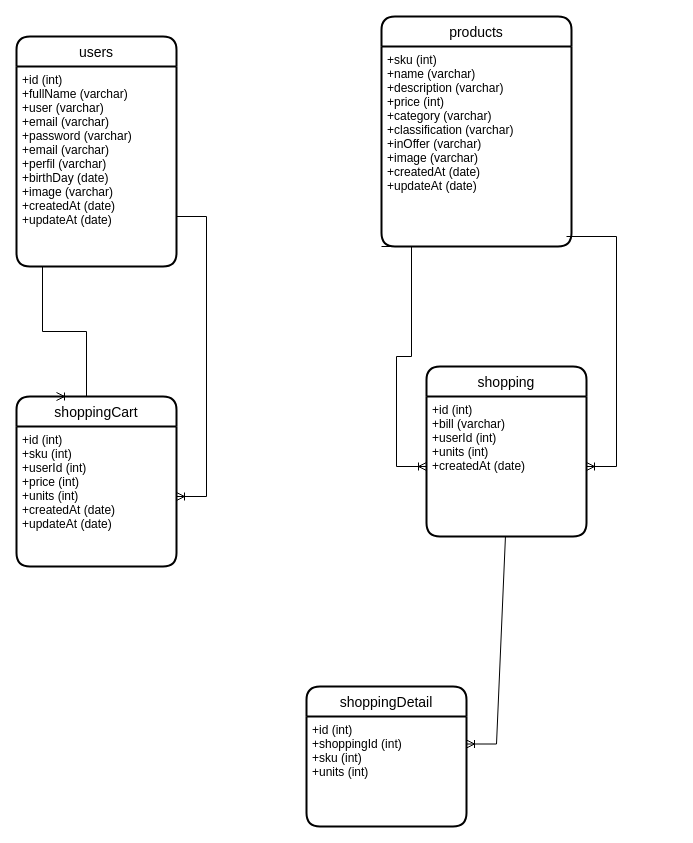
Earlier version of the draw.io diagram source/models/Diagrama Entidad-Relacion.drawio (juanicnte/Grupo_13_GamePlanet). Source tidied: cells renumbered, new cells numbered last; positions are measured from the earlier drawing's top-left corner, leaving out a move shared by most shapes. Both pictures are drawn from the tidied source at 100%, with x=0, y=0 at pixel (16, 16).
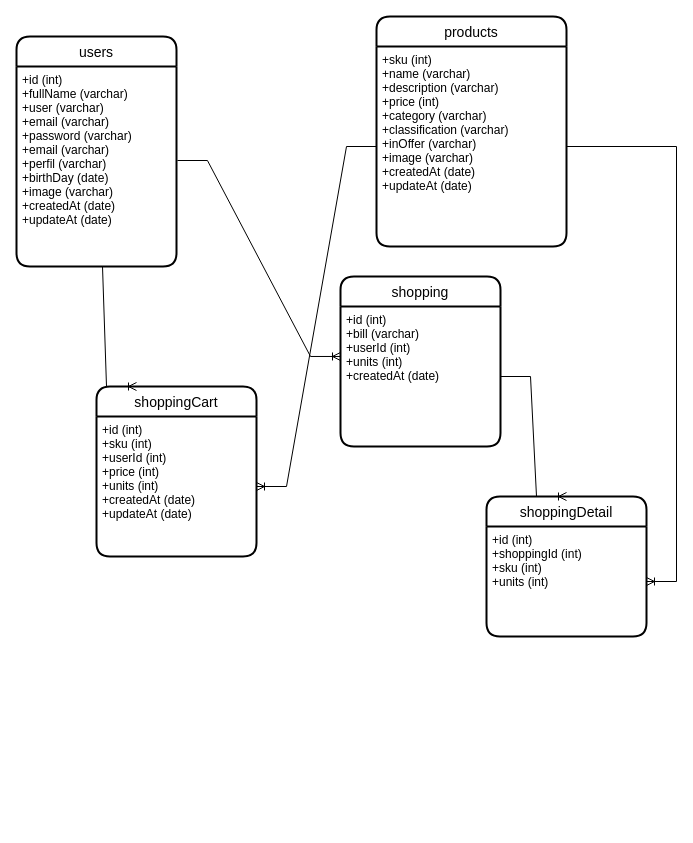
After the change.

Commit message:
Corrección de las relaciones en el Modelo Entidad-Relación

Change to the diagram source:
```diff
@@
 <mxGraphModel>
   <root>
     <mxCell id="0" />
     <mxCell id="1" parent="0" />
     <mxCell id="2" value="users" style="swimlane;horizontal=1;startSize=30;rounded=1;fontSize=14;fontStyle=0;strokeWidth=2;shadow=0;dashed=0;align=center;" parent="1" vertex="1">
       <mxGeometry y="20" width="160" height="230" as="geometry" />
     </mxCell>
     <mxCell id="3" value="+id (int)&#10;+fullName (varchar)&#10;+user (varchar)&#10;+email (varchar)&#10;+password (varchar)&#10;+email (varchar)&#10;+perfil (varchar)&#10;+birthDay (date)&#10;+image (varchar)&#10;+createdAt (date)&#10;+updateAt (date)&#10;" style="align=left;strokeColor=none;fillColor=none;spacingLeft=4;fontSize=12;verticalAlign=top;" parent="2" vertex="1">
       <mxGeometry y="30" width="160" height="200" as="geometry" />
     </mxCell>
     <mxCell id="4" value="products" style="swimlane;horizontal=1;startSize=30;rounded=1;fontSize=14;fontStyle=0;strokeWidth=2;shadow=0;dashed=0;align=center;" parent="1" vertex="1">
-      <mxGeometry x="365" width="190" height="230" as="geometry" />
+      <mxGeometry x="360" width="190" height="230" as="geometry" />
     </mxCell>
     <mxCell id="5" value="+sku (int)&#10;+name (varchar)&#10;+description (varchar)&#10;+price (int)&#10;+category (varchar)&#10;+classification (varchar)&#10;+inOffer (varchar)&#10;+image (varchar)&#10;+createdAt (date)&#10;+updateAt (date)&#10;" style="align=left;strokeColor=none;fillColor=none;spacingLeft=4;fontSize=12;verticalAlign=top;" parent="4" vertex="1">
       <mxGeometry y="30" width="190" height="200" as="geometry" />
     </mxCell>
     <mxCell id="6" value="shoppingCart" style="swimlane;horizontal=1;startSize=30;rounded=1;fontSize=14;fontStyle=0;strokeWidth=2;shadow=0;dashed=0;align=center;" parent="1" vertex="1">
-      <mxGeometry y="380" width="160" height="170" as="geometry" />
+      <mxGeometry x="80" y="370" width="160" height="170" as="geometry" />
     </mxCell>
     <mxCell id="7" value="+id (int)&#10;+sku (int)&#10;+userId (int)&#10;+price (int)&#10;+units (int)&#10;+createdAt (date)&#10;+updateAt (date)&#10;" style="align=left;strokeColor=none;fillColor=none;spacingLeft=4;fontSize=12;verticalAlign=top;" parent="6" vertex="1">
       <mxGeometry y="30" width="160" height="140" as="geometry" />
     </mxCell>
     <mxCell id="8" value="shopping" style="swimlane;horizontal=1;startSize=30;rounded=1;fontSize=14;fontStyle=0;strokeWidth=2;shadow=0;dashed=0;align=center;" parent="1" vertex="1">
-      <mxGeometry x="410" y="350" width="160" height="170" as="geometry" />
+      <mxGeometry x="324" y="260" width="160" height="170" as="geometry" />
     </mxCell>
     <mxCell id="9" value="+id (int)&#10;+bill (varchar)&#10;+userId (int)&#10;+units (int)&#10;+createdAt (date)" style="align=left;strokeColor=none;fillColor=none;spacingLeft=4;fontSize=12;verticalAlign=top;" parent="8" vertex="1">
       <mxGeometry y="30" width="160" height="140" as="geometry" />
     </mxCell>
     <mxCell id="10" value="shoppingDetail" style="swimlane;horizontal=1;startSize=30;rounded=1;fontSize=14;fontStyle=0;strokeWidth=2;shadow=0;dashed=0;align=center;" parent="1" vertex="1">
-      <mxGeometry x="290" y="670" width="160" height="140" as="geometry" />
+      <mxGeometry x="470" y="480" width="160" height="140" as="geometry" />
     </mxCell>
     <mxCell id="11" value="+id (int)&#10;+shoppingId (int)&#10;+sku (int)&#10;+units (int)" style="align=left;strokeColor=none;fillColor=none;spacingLeft=4;fontSize=12;verticalAlign=top;" parent="10" vertex="1">
       <mxGeometry y="30" width="160" height="110" as="geometry" />
     </mxCell>
     <mxCell id="12" style="edgeStyle=entityRelationEdgeStyle;fontSize=12;html=1;endArrow=ERoneToMany;rounded=0;entryX=0.25;entryY=0;entryDx=0;entryDy=0;exitX=0.35;exitY=1;exitDx=0;exitDy=0;exitPerimeter=0;" parent="1" edge="1" source="3" target="6">
       <mxGeometry relative="1" as="geometry" />
     </mxCell>
-    <mxCell id="13" style="edgeStyle=entityRelationEdgeStyle;fontSize=12;html=1;endArrow=ERoneToMany;rounded=0;exitX=0.5;exitY=1;exitDx=0;exitDy=0;" parent="1" edge="1" target="9">
-      <mxGeometry relative="1" as="geometry">
-        <mxPoint x="550" y="220" as="sourcePoint" />
-      </mxGeometry>
+    <mxCell id="13" style="edgeStyle=entityRelationEdgeStyle;fontSize=12;html=1;endArrow=ERoneToMany;rounded=0;" parent="1" edge="1" source="5" target="11">
+      <mxGeometry relative="1" as="geometry" />
     </mxCell>
-    <mxCell id="14" style="edgeStyle=entityRelationEdgeStyle;fontSize=12;html=1;endArrow=ERoneToMany;rounded=0;entryX=0;entryY=0.5;entryDx=0;entryDy=0;exitX=0;exitY=1;exitDx=0;exitDy=0;" parent="1" edge="1" source="5" target="9">
+    <mxCell id="14" style="edgeStyle=entityRelationEdgeStyle;fontSize=12;html=1;endArrow=ERoneToMany;rounded=0;entryX=0;entryY=0.357;entryDx=0;entryDy=0;entryPerimeter=0;exitX=1.006;exitY=0.47;exitDx=0;exitDy=0;exitPerimeter=0;" parent="1" edge="1" source="3" target="9">
       <mxGeometry relative="1" as="geometry" />
     </mxCell>
-    <mxCell id="15" style="edgeStyle=entityRelationEdgeStyle;fontSize=12;html=1;endArrow=ERoneToMany;rounded=0;exitX=1;exitY=0.75;exitDx=0;exitDy=0;" parent="1" edge="1" source="3" target="7">
+    <mxCell id="15" style="edgeStyle=entityRelationEdgeStyle;fontSize=12;html=1;endArrow=ERoneToMany;rounded=0;exitX=0;exitY=0.5;exitDx=0;exitDy=0;" parent="1" edge="1" source="5" target="7">
       <mxGeometry relative="1" as="geometry" />
     </mxCell>
-    <mxCell id="16" style="edgeStyle=entityRelationEdgeStyle;fontSize=12;html=1;endArrow=ERoneToMany;rounded=0;exitX=0.681;exitY=1;exitDx=0;exitDy=0;entryX=1;entryY=0.25;entryDx=0;entryDy=0;exitPerimeter=0;" parent="1" edge="1" source="9" target="11">
+    <mxCell id="16" style="edgeStyle=entityRelationEdgeStyle;fontSize=12;html=1;endArrow=ERoneToMany;rounded=0;entryX=0.5;entryY=0;entryDx=0;entryDy=0;exitX=1;exitY=0.5;exitDx=0;exitDy=0;" parent="1" edge="1" source="9" target="10">
       <mxGeometry relative="1" as="geometry" />
     </mxCell>
   </root>
 </mxGraphModel>
```
